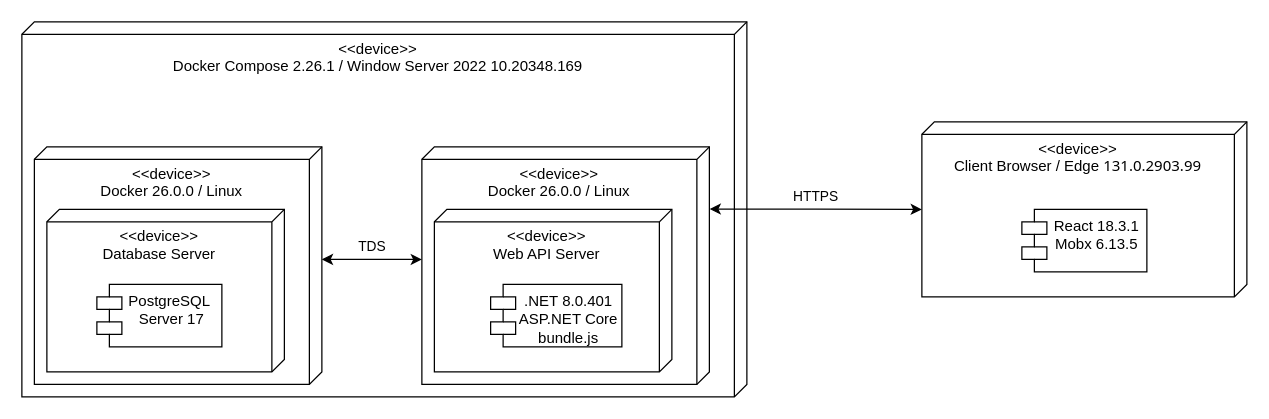
Above: DEPLOY.drawio in DioMain/BYTUBE (draw.io), before the change. Source tidied: cells renumbered, new cells numbered last; positions are measured from the earlier drawing's top-left corner, leaving out a move shared by most shapes. Both pictures are drawn from the tidied source at 125%, with x=0, y=0 at pixel (21, 21).
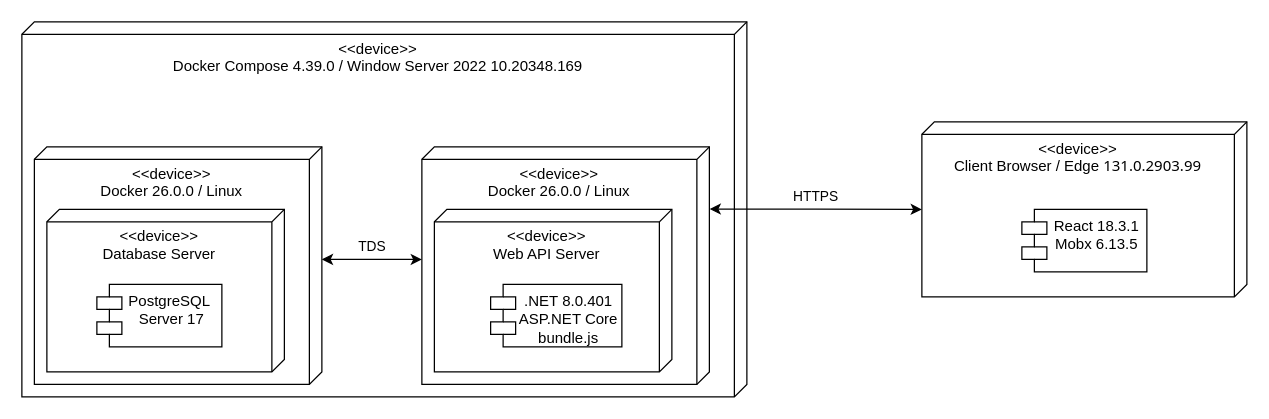
The same page after the edit.

The edit, as a diff of the source:
```diff
@@
 <mxGraphModel>
   <root>
     <mxCell id="0" />
     <mxCell id="1" parent="0" />
-    <mxCell id="2" value="&lt;font style=&quot;font-size: 12px;&quot;&gt;&amp;lt;&amp;lt;device&amp;gt;&amp;gt;&lt;/font&gt;&lt;div style=&quot;&quot;&gt;Docker Compose 2.26.1 / Window Server 2022 10.20348.169&lt;/div&gt;" style="verticalAlign=top;align=center;spacingTop=8;spacingLeft=2;spacingRight=12;shape=cube;size=10;direction=south;fontStyle=0;html=1;whiteSpace=wrap;" parent="1" vertex="1">
+    <mxCell id="2" value="&lt;font style=&quot;font-size: 12px;&quot;&gt;&amp;lt;&amp;lt;device&amp;gt;&amp;gt;&lt;/font&gt;&lt;div style=&quot;&quot;&gt;Docker Compose 4.39.0 / Window Server 2022 10.20348.169&lt;/div&gt;" style="verticalAlign=top;align=center;spacingTop=8;spacingLeft=2;spacingRight=12;shape=cube;size=10;direction=south;fontStyle=0;html=1;whiteSpace=wrap;" parent="1" vertex="1">
       <mxGeometry width="580" height="300" as="geometry" />
     </mxCell>
     <mxCell id="3" value="&lt;font style=&quot;font-size: 12px;&quot;&gt;&amp;lt;&amp;lt;device&amp;gt;&amp;gt;&lt;/font&gt;&lt;div style=&quot;&quot;&gt;Docker 26.0.0 / Linux&lt;/div&gt;" style="verticalAlign=top;align=center;spacingTop=8;spacingLeft=2;spacingRight=12;shape=cube;size=10;direction=south;fontStyle=0;html=1;whiteSpace=wrap;" parent="1" vertex="1">
       <mxGeometry x="10" y="100" width="230" height="190" as="geometry" />
     </mxCell>
     <mxCell id="4" value="&lt;font style=&quot;font-size: 12px;&quot;&gt;&amp;lt;&amp;lt;device&amp;gt;&amp;gt;&lt;/font&gt;&lt;div style=&quot;&quot;&gt;Database Server&lt;/div&gt;" style="verticalAlign=top;align=center;spacingTop=8;spacingLeft=2;spacingRight=12;shape=cube;size=10;direction=south;fontStyle=0;html=1;whiteSpace=wrap;" parent="1" vertex="1">
       <mxGeometry x="20" y="150" width="190" height="130" as="geometry" />
     </mxCell>
     <mxCell id="5" value="PostgreSQL&amp;nbsp;&lt;div&gt;Server 17&lt;/div&gt;" style="shape=module;align=left;spacingLeft=20;align=center;verticalAlign=top;whiteSpace=wrap;html=1;" parent="1" vertex="1">
       <mxGeometry x="60" y="210" width="100" height="50" as="geometry" />
     </mxCell>
     <mxCell id="6" value="&lt;font style=&quot;font-size: 12px;&quot;&gt;&amp;lt;&amp;lt;device&amp;gt;&amp;gt;&lt;/font&gt;&lt;div style=&quot;&quot;&gt;Docker 26.0.0 / Linux&lt;/div&gt;" style="verticalAlign=top;align=center;spacingTop=8;spacingLeft=2;spacingRight=12;shape=cube;size=10;direction=south;fontStyle=0;html=1;whiteSpace=wrap;" parent="1" vertex="1">
       <mxGeometry x="320" y="100" width="230" height="190" as="geometry" />
     </mxCell>
     <mxCell id="7" value="&lt;font style=&quot;font-size: 12px;&quot;&gt;&amp;lt;&amp;lt;device&amp;gt;&amp;gt;&lt;/font&gt;&lt;div style=&quot;&quot;&gt;Web API Server&lt;/div&gt;" style="verticalAlign=top;align=center;spacingTop=8;spacingLeft=2;spacingRight=12;shape=cube;size=10;direction=south;fontStyle=0;html=1;whiteSpace=wrap;" parent="1" vertex="1">
       <mxGeometry x="330" y="150" width="190" height="130" as="geometry" />
     </mxCell>
     <mxCell id="8" value=".NET 8.0.401&lt;div&gt;ASP.NET Core&lt;br&gt;bundle.js&lt;br&gt;&lt;/div&gt;" style="shape=module;align=left;spacingLeft=20;align=center;verticalAlign=top;whiteSpace=wrap;html=1;" parent="1" vertex="1">
       <mxGeometry x="375" y="210" width="105" height="50" as="geometry" />
     </mxCell>
     <mxCell id="9" value="TDS" style="edgeStyle=orthogonalEdgeStyle;rounded=0;jettySize=auto;html=1;exitX=0;exitY=0;exitDx=90;exitDy=0;exitPerimeter=0;entryX=0.474;entryY=1;entryDx=0;entryDy=0;entryPerimeter=0;startArrow=classic;startFill=1;" parent="1" edge="1" source="3" target="6">
       <mxGeometry y="-10" relative="1" as="geometry">
         <mxPoint y="-20" as="offset" />
       </mxGeometry>
     </mxCell>
     <mxCell id="10" value="&lt;font style=&quot;font-size: 12px;&quot;&gt;&amp;lt;&amp;lt;device&amp;gt;&amp;gt;&lt;/font&gt;&lt;div style=&quot;&quot;&gt;Client Browser / Edge&amp;nbsp;&lt;span style=&quot;font-family: &amp;quot;system-ui&amp;quot;, sans-serif; text-align: start; background-color: rgb(255, 255, 255);&quot;&gt;131.0.2903.99&lt;/span&gt;&lt;/div&gt;" style="verticalAlign=top;align=center;spacingTop=8;spacingLeft=2;spacingRight=12;shape=cube;size=10;direction=south;fontStyle=0;html=1;whiteSpace=wrap;" parent="1" vertex="1">
       <mxGeometry x="720" y="80" width="260" height="140" as="geometry" />
     </mxCell>
     <mxCell id="11" value="React 18.3.1&lt;div&gt;Mobx 6.13.5&lt;/div&gt;" style="shape=module;align=left;spacingLeft=20;align=center;verticalAlign=top;whiteSpace=wrap;html=1;" parent="1" vertex="1">
       <mxGeometry x="800" y="150" width="100" height="50" as="geometry" />
     </mxCell>
     <mxCell id="12" value="HTTPS" style="edgeStyle=orthogonalEdgeStyle;shape=connector;rounded=0;jettySize=auto;html=1;strokeColor=default;align=center;verticalAlign=middle;fontFamily=Helvetica;fontSize=11;fontColor=default;labelBackgroundColor=default;startArrow=classic;startFill=1;endArrow=classic;exitX=0.262;exitY=-0.001;exitDx=0;exitDy=0;exitPerimeter=0;" parent="1" edge="1" source="6" target="10">
       <mxGeometry y="10" relative="1" as="geometry" />
     </mxCell>
   </root>
 </mxGraphModel>
```
